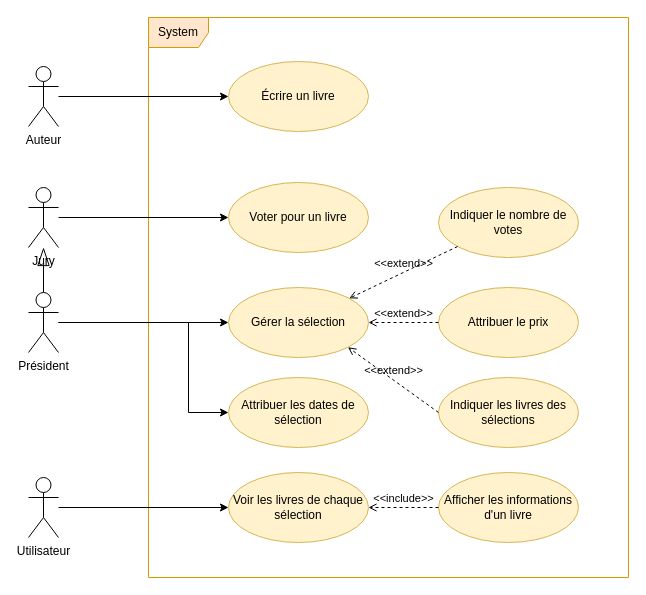
The draw.io diagram page "Use_Case" (2 of 2) of doc/uml/goncourt.drawio in KMorere/eval-python-goncourt, before the edit. Source tidied: cells renumbered, new cells numbered last; positions are measured from the earlier drawing's top-left corner, leaving out a move shared by most shapes. Both pictures are drawn from the tidied source at 100%, with x=0, y=0 at pixel (28, 17).
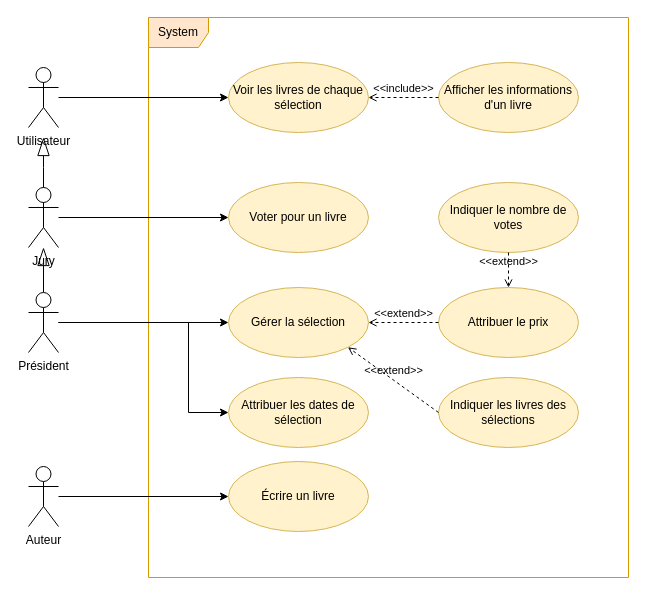
Above is the later version.

Unchanged cells that the change refers to:
```xml
<mxCell id="4" value="Jury" style="shape=umlActor;verticalLabelPosition=bottom;verticalAlign=top;html=1;" parent="1" vertex="1">
  <mxGeometry y="170" width="30" height="60" as="geometry" />
</mxCell>
<mxCell id="13" value="Gérer la sélection" style="ellipse;whiteSpace=wrap;html=1;fillColor=#fff2cc;strokeColor=#d6b656;" parent="1" vertex="1">
  <mxGeometry x="200" y="270" width="140" height="70" as="geometry" />
</mxCell>
<mxCell id="20" value="Attribuer le prix" style="ellipse;whiteSpace=wrap;html=1;fillColor=#fff2cc;strokeColor=#d6b656;" parent="1" vertex="1">
  <mxGeometry x="410" y="270" width="140" height="70" as="geometry" />
</mxCell>
```

Change to the diagram source:
```diff
@@
     <mxCell id="6" value="Auteur" style="shape=umlActor;verticalLabelPosition=bottom;verticalAlign=top;html=1;" parent="1" vertex="1">
-      <mxGeometry y="49" width="30" height="60" as="geometry" />
+      <mxGeometry y="449" width="30" height="60" as="geometry" />
     </mxCell>
     <mxCell id="7" value="Écrire un livre" style="ellipse;whiteSpace=wrap;html=1;fillColor=#fff2cc;strokeColor=#d6b656;" parent="1" vertex="1">
-      <mxGeometry x="200" y="44" width="140" height="70" as="geometry" />
+      <mxGeometry x="200" y="444" width="140" height="70" as="geometry" />
     </mxCell>
@@
     <mxCell id="16" value="Utilisateur" style="shape=umlActor;verticalLabelPosition=bottom;verticalAlign=top;html=1;" parent="1" vertex="1">
-      <mxGeometry y="460" width="30" height="60" as="geometry" />
+      <mxGeometry y="50" width="30" height="60" as="geometry" />
     </mxCell>
     <mxCell id="17" value="Voir les livres de chaque sélection" style="ellipse;whiteSpace=wrap;html=1;fillColor=#fff2cc;strokeColor=#d6b656;" parent="1" vertex="1">
-      <mxGeometry x="200" y="455" width="140" height="70" as="geometry" />
+      <mxGeometry x="200" y="45" width="140" height="70" as="geometry" />
     </mxCell>
     <mxCell id="18" value="Afficher les informations d'un livre" style="ellipse;whiteSpace=wrap;html=1;fillColor=#fff2cc;strokeColor=#d6b656;" parent="1" vertex="1">
-      <mxGeometry x="410" y="455" width="140" height="70" as="geometry" />
+      <mxGeometry x="410" y="45" width="140" height="70" as="geometry" />
     </mxCell>
@@
     <mxCell id="24" value="Indiquer le nombre de votes" style="ellipse;whiteSpace=wrap;html=1;fillColor=#fff2cc;strokeColor=#d6b656;" parent="1" vertex="1">
-      <mxGeometry x="410" y="170" width="140" height="70" as="geometry" />
+      <mxGeometry x="410" y="165" width="140" height="70" as="geometry" />
     </mxCell>
-    <mxCell id="25" value="&amp;lt;&amp;lt;extend&amp;gt;&amp;gt;" style="html=1;verticalAlign=bottom;labelBackgroundColor=none;endArrow=open;endFill=0;dashed=1;rounded=0;" parent="1" edge="1" source="24" target="13">
+    <mxCell id="25" value="&amp;lt;&amp;lt;extend&amp;gt;&amp;gt;" style="html=1;verticalAlign=bottom;labelBackgroundColor=none;endArrow=open;endFill=0;dashed=1;rounded=0;entryX=0.5;entryY=0;entryDx=0;entryDy=0;" parent="1" edge="1" source="24" target="20">
       <mxGeometry relative="1" as="geometry" />
     </mxCell>
+    <mxCell id="26" style="edgeStyle=orthogonalEdgeStyle;rounded=0;jettySize=auto;html=1;endArrow=blockThin;endFill=0;endSize=16;exitX=0.5;exitY=0;exitDx=0;exitDy=0;exitPerimeter=0;" parent="1" edge="1" source="4">
+      <mxGeometry relative="1" as="geometry">
+        <mxPoint x="15" y="120" as="targetPoint" />
+      </mxGeometry>
+    </mxCell>
```
